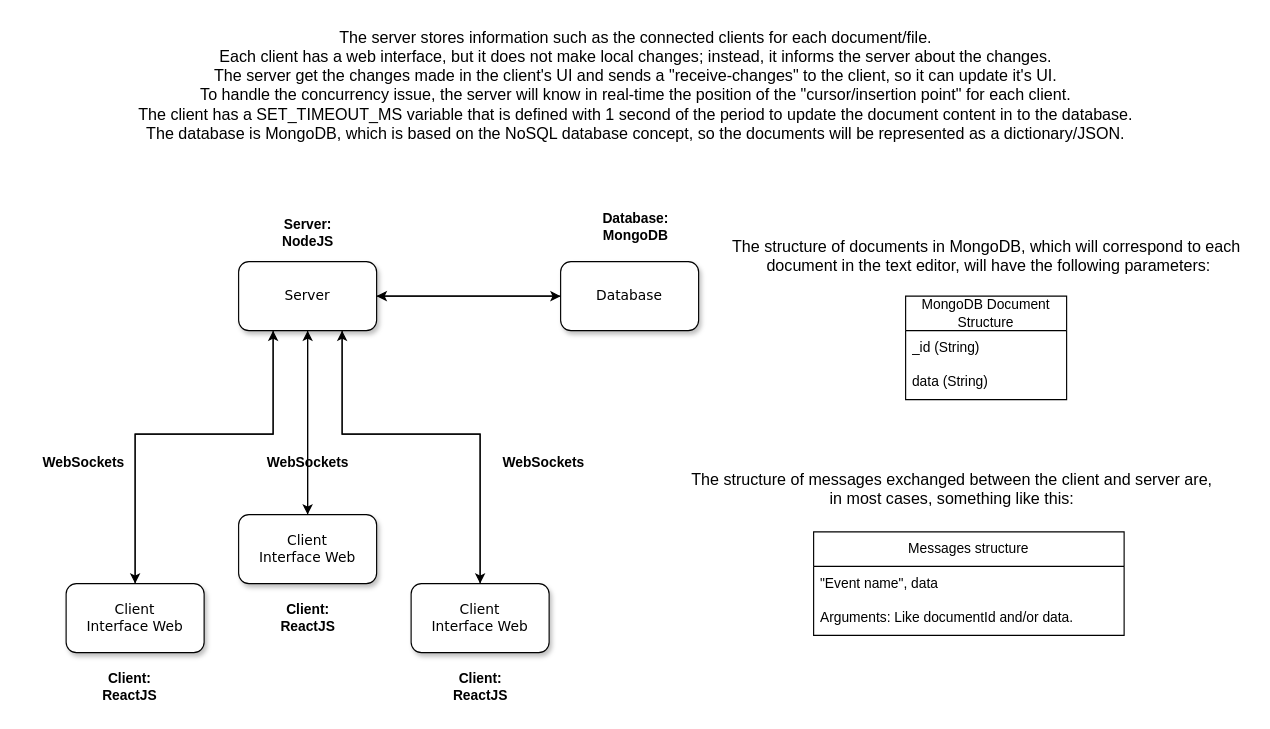
Earlier version of the draw.io diagram assets/English/TextSync-EN.drawio (BrenoFariasdaSilva/TextSync). Source tidied: cells renumbered, new cells numbered last; positions are measured from the earlier drawing's top-left corner, leaving out a move shared by most shapes. Both pictures are drawn from the tidied source at 115%, with x=0, y=0 at pixel (31, 20).
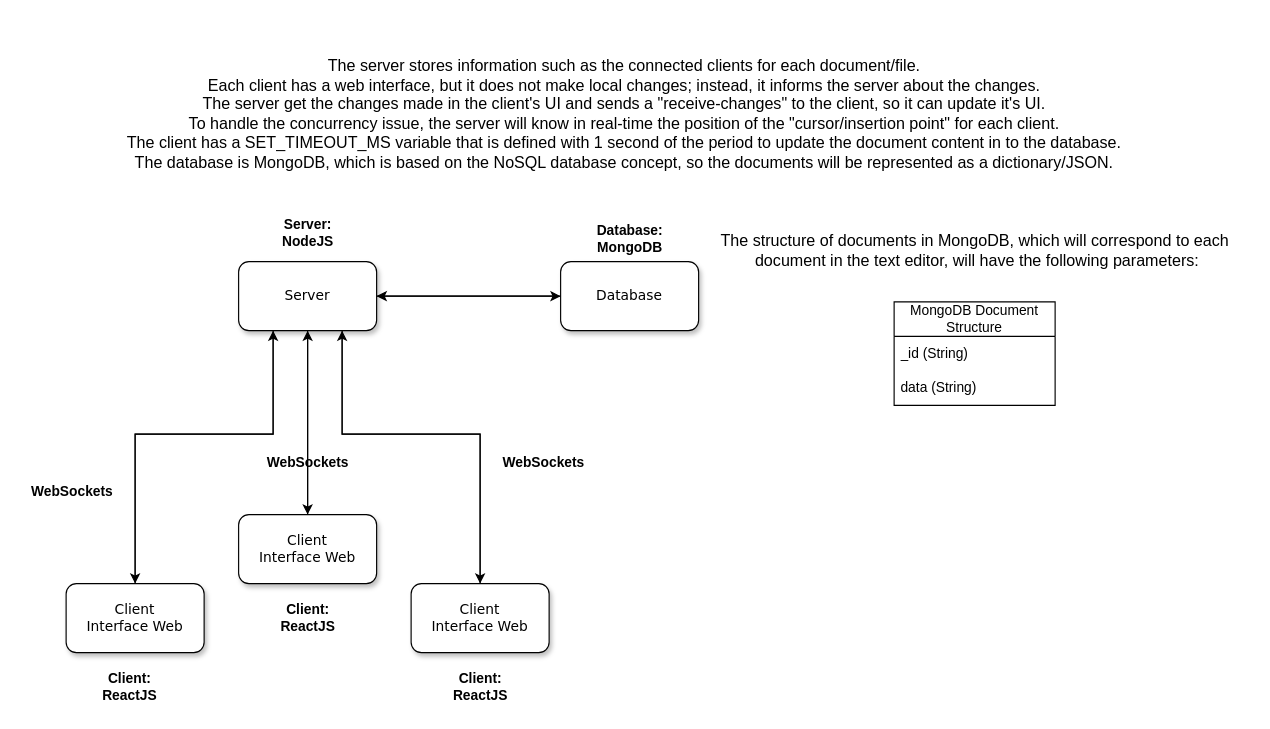
Above is the later version.

The edit, as a diff of the source:
```diff
@@
     <mxCell id="15" value="&lt;div&gt;&lt;b&gt;Database:&lt;/b&gt;&lt;b&gt;&lt;br&gt;&lt;/b&gt;&lt;/div&gt;&lt;div&gt;&lt;b&gt;MongoDB&lt;/b&gt;&lt;/div&gt;" style="text;html=1;align=center;verticalAlign=middle;strokeColor=none;fillColor=none;" parent="1" vertex="1">
-      <mxGeometry x="485" y="160" width="80" height="40" as="geometry" />
+      <mxGeometry x="480" y="170" width="80" height="40" as="geometry" />
     </mxCell>
     <mxCell id="16" value="&lt;b&gt;WebSockets&lt;/b&gt;" style="text;html=1;align=center;verticalAlign=middle;strokeColor=none;fillColor=none;" parent="1" vertex="1">
-      <mxGeometry y="370" width="90" height="30" as="geometry" />
+      <mxGeometry x="-10" y="395" width="90" height="30" as="geometry" />
     </mxCell>
@@
     <mxCell id="19" value="MongoDB Document Structure" style="swimlane;fontStyle=0;horizontal=1;startSize=30;whiteSpace=wrap;html=1;" parent="1" vertex="1">
-      <mxGeometry x="760" y="240" width="140" height="90" as="geometry" />
+      <mxGeometry x="750" y="245" width="140" height="90" as="geometry" />
     </mxCell>
@@
     <mxCell id="22" value="&lt;div&gt;&lt;font style=&quot;font-size: 14px;&quot;&gt;The structure of documents in MongoDB, which will correspond to each&lt;/font&gt;&lt;/div&gt;&lt;div&gt;&lt;font style=&quot;font-size: 14px;&quot;&gt;&amp;nbsp;document in the text editor, will have the following parameters:&lt;/font&gt;&lt;/div&gt;&lt;font style=&quot;font-size: 14px;&quot;&gt;&lt;/font&gt;" style="text;html=1;align=center;verticalAlign=middle;strokeColor=none;fillColor=none;" parent="1" vertex="1">
-      <mxGeometry x="600" y="180" width="460" height="50" as="geometry" />
+      <mxGeometry x="590" y="175" width="460" height="50" as="geometry" />
     </mxCell>
-    <mxCell id="23" value="&lt;div&gt;&lt;font style=&quot;font-size: 14px;&quot;&gt;The structure of messages exchanged between the client and server are, &lt;br&gt;&lt;/font&gt;&lt;/div&gt;&lt;div&gt;&lt;font style=&quot;font-size: 14px;&quot;&gt;in most cases, something like this:&lt;/font&gt;&lt;/div&gt;&lt;div&gt;&lt;br&gt;&lt;/div&gt;" style="text;html=1;align=center;verticalAlign=middle;strokeColor=none;fillColor=none;" parent="1" vertex="1">
-      <mxGeometry x="565" y="385" width="470" height="60" as="geometry" />
-    </mxCell>
-    <mxCell id="24" value="Messages structure" style="swimlane;fontStyle=0;horizontal=1;startSize=30;whiteSpace=wrap;html=1;" parent="1" vertex="1">
-      <mxGeometry x="680" y="445" width="270" height="90" as="geometry" />
-    </mxCell>
-    <mxCell id="25" value="&quot;Event name&quot;, data" style="text;strokeColor=none;fillColor=none;align=left;verticalAlign=middle;spacingLeft=4;spacingRight=4;overflow=hidden;whiteSpace=wrap;html=1;" parent="24" vertex="1">
-      <mxGeometry y="30" width="270" height="30" as="geometry" />
-    </mxCell>
-    <mxCell id="26" value="Arguments: Like documentId and/or data." style="text;strokeColor=none;fillColor=none;align=left;verticalAlign=middle;spacingLeft=4;spacingRight=4;overflow=hidden;whiteSpace=wrap;html=1;" parent="24" vertex="1">
-      <mxGeometry y="60" width="270" height="30" as="geometry" />
-    </mxCell>
     <mxCell id="27" value="&lt;font style=&quot;font-size: 14px;&quot;&gt;The server stores information such as the connected clients for each document/file.&lt;br&gt;Each client has a web interface, but it does not make local changes; instead, it informs the server about the changes.&lt;br&gt;The server get the changes made in the client's UI and sends a &quot;receive-changes&quot; to the client, so it can update it's UI.&lt;br&gt;To handle the concurrency issue, the server will know in real-time the position of the &quot;cursor/insertion point&quot; for each client.&lt;br&gt;The client has a SET_TIMEOUT_MS variable that is defined with 1 second of the period to update the document content in to the database.&lt;br&gt;The database is MongoDB, which is based on the NoSQL database concept, so the documents will be represented as a dictionary/JSON.&lt;br&gt;&lt;br&gt;&lt;/font&gt;" style="text;html=1;align=center;verticalAlign=middle;strokeColor=none;fillColor=none;" parent="1" vertex="1">
-      <mxGeometry x="80" width="890" height="130" as="geometry" />
+      <mxGeometry x="70" y="25" width="890" height="130" as="geometry" />
     </mxCell>
```
